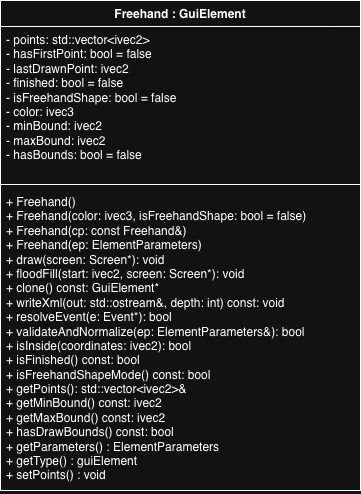
Earlier version of the draw.io export images/Freehand_UML.png (cgreen2048/ArtHuddle). Source tidied: cells renumbered, new cells last; positions are measured from the earlier drawing's top-left corner, leaving out a move shared by most shapes.
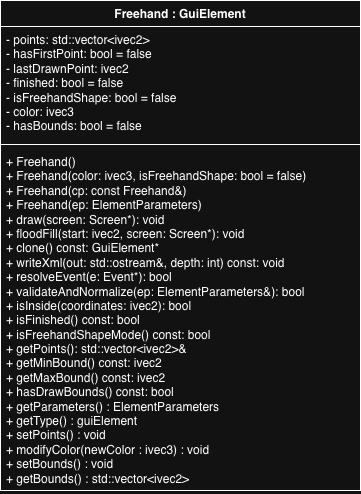
After the commit.

Commit message:
updated umls. changes finished

Change to the diagram source:
```diff
@@ -5,14 +5,14 @@
     <mxCell id="2" value="Freehand : GuiElement" style="swimlane;fontStyle=1;align=center;verticalAlign=top;horizontal=1;startSize=26;whiteSpace=wrap;html=1;" parent="1" vertex="1">
       <mxGeometry width="360" height="490" as="geometry" />
     </mxCell>
-    <mxCell id="3" value="- points: std::vector&amp;lt;ivec2&amp;gt;&lt;div&gt;- hasFirstPoint: bool = false&lt;/div&gt;&lt;div&gt;- lastDrawnPoint: ivec2&lt;/div&gt;&lt;div&gt;- finished: bool = false&lt;/div&gt;&lt;div&gt;- isFreehandShape: bool = false&lt;/div&gt;&lt;div&gt;- color: ivec3&lt;/div&gt;&lt;div&gt;- minBound: ivec2&lt;/div&gt;&lt;div&gt;- maxBound: ivec2&lt;/div&gt;&lt;div&gt;- hasBounds: bool = false&lt;/div&gt;" style="text;strokeColor=none;fillColor=none;align=left;verticalAlign=top;spacingLeft=4;spacingRight=4;overflow=hidden;whiteSpace=wrap;html=1;" parent="2" vertex="1">
-      <mxGeometry y="26" width="360" height="154" as="geometry" />
+    <mxCell id="3" value="- points: std::vector&amp;lt;ivec2&amp;gt;&lt;div&gt;- hasFirstPoint: bool = false&lt;/div&gt;&lt;div&gt;- lastDrawnPoint: ivec2&lt;/div&gt;&lt;div&gt;- finished: bool = false&lt;/div&gt;&lt;div&gt;- isFreehandShape: bool = false&lt;/div&gt;&lt;div&gt;- color: ivec3&lt;/div&gt;&lt;div&gt;- hasBounds: bool = false&lt;/div&gt;" style="text;strokeColor=none;fillColor=none;align=left;verticalAlign=top;spacingLeft=4;spacingRight=4;overflow=hidden;whiteSpace=wrap;html=1;" parent="2" vertex="1">
+      <mxGeometry y="26" width="360" height="114" as="geometry" />
     </mxCell>
     <mxCell id="4" style="line;strokeWidth=1;fillColor=none;align=left;verticalAlign=middle;spacingTop=-1;spacingLeft=3;spacingRight=3;labelPosition=right;strokeColor=inherit;" parent="2" vertex="1">
-      <mxGeometry y="180" width="360" height="8" as="geometry" />
+      <mxGeometry y="140" width="360" height="8" as="geometry" />
     </mxCell>
-    <mxCell id="5" value="+ Freehand()&lt;div&gt;+ Freehand(color: ivec3, isFreehandShape: bool = false)&lt;/div&gt;&lt;div&gt;+ Freehand(cp: const Freehand&amp;amp;)&lt;/div&gt;&lt;div&gt;+ Freehand(ep: ElementParameters)&lt;/div&gt;&lt;div&gt;+ draw(screen: Screen*): void&lt;/div&gt;&lt;div&gt;+ floodFill(start: ivec2, screen: Screen*): void&lt;/div&gt;&lt;div&gt;+ clone() const: GuiElement*&lt;/div&gt;&lt;div&gt;+ writeXml(out:&amp;nbsp;&lt;span style=&quot;background-color: transparent; color: light-dark(rgb(0, 0, 0), rgb(255, 255, 255));&quot;&gt;std::ostream&amp;amp;&lt;/span&gt;&lt;span style=&quot;background-color: transparent; color: light-dark(rgb(0, 0, 0), rgb(255, 255, 255));&quot;&gt;, depth: int) const: void&lt;/span&gt;&lt;/div&gt;&lt;div&gt;+ resolveEvent(e: Event*): bool&lt;/div&gt;&lt;div&gt;+ validateAndNormalize(ep:&amp;nbsp;&lt;span style=&quot;background-color: transparent; color: light-dark(rgb(0, 0, 0), rgb(255, 255, 255));&quot;&gt;ElementParameters&amp;amp;&lt;/span&gt;&lt;span style=&quot;background-color: transparent; color: light-dark(rgb(0, 0, 0), rgb(255, 255, 255));&quot;&gt;): bool&lt;/span&gt;&lt;/div&gt;&lt;div&gt;+ isInside(coordinates: ivec2): bool&lt;/div&gt;&lt;div&gt;+ isFinished() const: bool&lt;/div&gt;&lt;div&gt;+ isFreehandShapeMode() const: bool&lt;/div&gt;&lt;div&gt;+ getPoints(): std::vector&amp;lt;ivec2&amp;gt;&amp;amp;&lt;/div&gt;&lt;div&gt;+ getMinBound() const: ivec2&lt;/div&gt;&lt;div&gt;+ getMaxBound() const: ivec2&lt;/div&gt;&lt;div&gt;+ hasDrawBounds() const: bool&lt;/div&gt;&lt;div&gt;+ getParameters() : ElementParameters&lt;/div&gt;&lt;div&gt;+ getType() : guiElement&lt;/div&gt;&lt;div&gt;+ setPoints() : void&lt;/div&gt;" style="text;strokeColor=none;fillColor=none;align=left;verticalAlign=top;spacingLeft=4;spacingRight=4;overflow=hidden;whiteSpace=wrap;html=1;" parent="2" vertex="1">
-      <mxGeometry y="188" width="360" height="302" as="geometry" />
+    <mxCell id="5" value="+ Freehand()&lt;div&gt;+ Freehand(color: ivec3, isFreehandShape: bool = false)&lt;/div&gt;&lt;div&gt;+ Freehand(cp: const Freehand&amp;amp;)&lt;/div&gt;&lt;div&gt;+ Freehand(ep: ElementParameters)&lt;/div&gt;&lt;div&gt;+ draw(screen: Screen*): void&lt;/div&gt;&lt;div&gt;+ floodFill(start: ivec2, screen: Screen*): void&lt;/div&gt;&lt;div&gt;+ clone() const: GuiElement*&lt;/div&gt;&lt;div&gt;+ writeXml(out:&amp;nbsp;&lt;span style=&quot;background-color: transparent; color: light-dark(rgb(0, 0, 0), rgb(255, 255, 255));&quot;&gt;std::ostream&amp;amp;&lt;/span&gt;&lt;span style=&quot;background-color: transparent; color: light-dark(rgb(0, 0, 0), rgb(255, 255, 255));&quot;&gt;, depth: int) const: void&lt;/span&gt;&lt;/div&gt;&lt;div&gt;+ resolveEvent(e: Event*): bool&lt;/div&gt;&lt;div&gt;+ validateAndNormalize(ep:&amp;nbsp;&lt;span style=&quot;background-color: transparent; color: light-dark(rgb(0, 0, 0), rgb(255, 255, 255));&quot;&gt;ElementParameters&amp;amp;&lt;/span&gt;&lt;span style=&quot;background-color: transparent; color: light-dark(rgb(0, 0, 0), rgb(255, 255, 255));&quot;&gt;): bool&lt;/span&gt;&lt;/div&gt;&lt;div&gt;+ isInside(coordinates: ivec2): bool&lt;/div&gt;&lt;div&gt;+ isFinished() const: bool&lt;/div&gt;&lt;div&gt;+ isFreehandShapeMode() const: bool&lt;/div&gt;&lt;div&gt;+ getPoints(): std::vector&amp;lt;ivec2&amp;gt;&amp;amp;&lt;/div&gt;&lt;div&gt;+ getMinBound() const: ivec2&lt;/div&gt;&lt;div&gt;+ getMaxBound() const: ivec2&lt;/div&gt;&lt;div&gt;+ hasDrawBounds() const: bool&lt;/div&gt;&lt;div&gt;+ getParameters() : ElementParameters&lt;/div&gt;&lt;div&gt;+ getType() : guiElement&lt;/div&gt;&lt;div&gt;+ setPoints() : void&lt;/div&gt;&lt;div&gt;&lt;div&gt;+ modifyColor(newColor : ivec3) : void&lt;/div&gt;&lt;div&gt;+ setBounds() : void&lt;/div&gt;&lt;div&gt;+ getBounds() : std::vector&amp;lt;ivec2&amp;gt;&lt;/div&gt;&lt;/div&gt;" style="text;strokeColor=none;fillColor=none;align=left;verticalAlign=top;spacingLeft=4;spacingRight=4;overflow=hidden;whiteSpace=wrap;html=1;" parent="2" vertex="1">
+      <mxGeometry y="148" width="360" height="342" as="geometry" />
     </mxCell>
   </root>
 </mxGraphModel>
```
